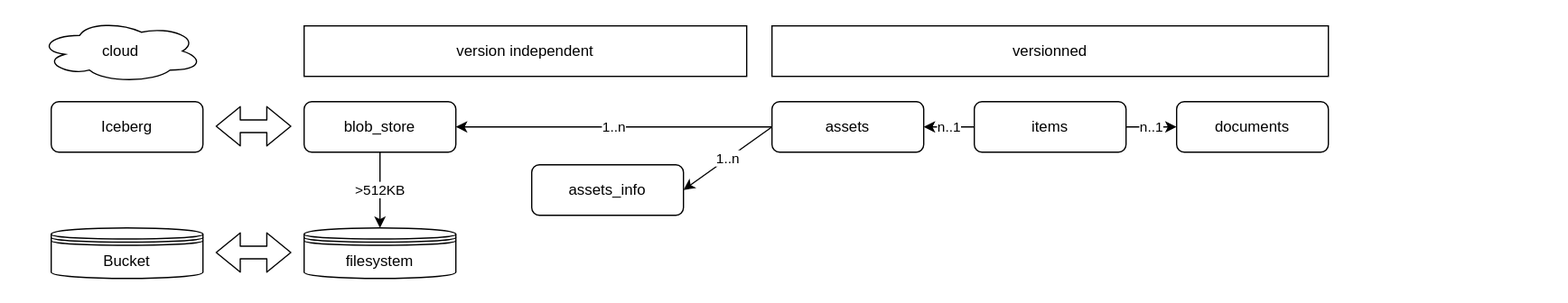
This is docs/design.drawio.svg from MicroWebStacks/content-structure, a draw.io export, as it was before one commit. Source tidied: cells renumbered, new cells last; positions are measured from the earlier drawing's top-left corner, leaving out a move shared by most shapes.
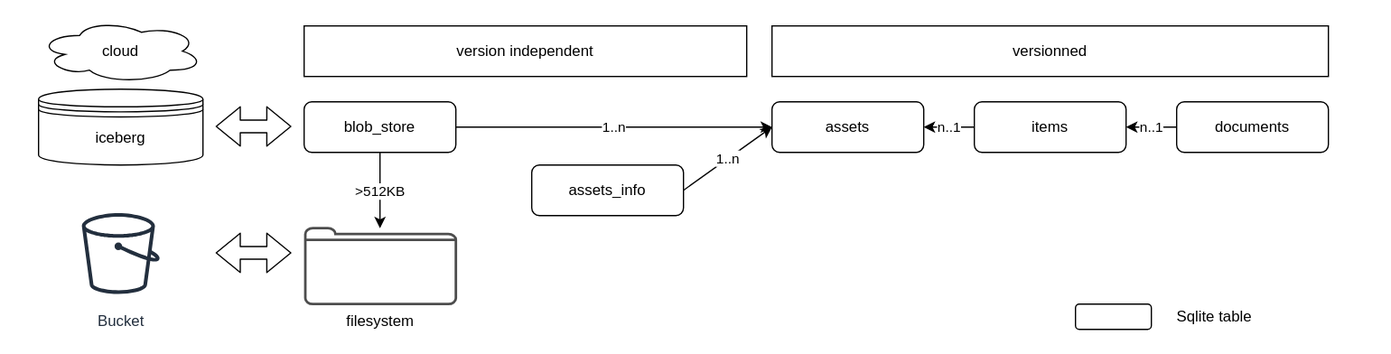
Later version of the same file.

Commit message:
corrected tables diagram

The edit, as a diff of the source:
```diff
@@ -3,9 +3,9 @@
     <mxCell id="0" />
     <mxCell id="1" parent="0" />
     <mxCell id="2" style="rounded=0;whiteSpace=wrap;html=1;strokeColor=none;" parent="1" vertex="1">
-      <mxGeometry width="1240" height="240" as="geometry" />
+      <mxGeometry width="1100" height="280" as="geometry" />
     </mxCell>
-    <mxCell id="3" value="1..n" style="edgeStyle=none;html=1;exitX=0;exitY=0.5;exitDx=0;exitDy=0;entryX=1;entryY=0.5;entryDx=0;entryDy=0;" parent="1" edge="1" source="19" target="7">
+    <mxCell id="3" value="1..n" style="edgeStyle=none;html=1;exitX=0;exitY=0.5;exitDx=0;exitDy=0;entryX=1;entryY=0.5;entryDx=0;entryDy=0;startArrow=classic;startFill=1;endArrow=none;endFill=0;" parent="1" edge="1" source="19" target="7">
       <mxGeometry relative="1" as="geometry" />
     </mxCell>
     <mxCell id="4" value="assets_info" style="rounded=1;whiteSpace=wrap;html=1;" parent="1" vertex="1">
@@ -14,24 +14,17 @@
     <mxCell id="5" value="version independent" style="rounded=0;whiteSpace=wrap;html=1;" parent="1" vertex="1">
       <mxGeometry x="240" y="20" width="350" height="40" as="geometry" />
     </mxCell>
-    <mxCell id="6" value="&amp;gt;512KB" style="edgeStyle=none;html=1;exitX=0.5;exitY=1;exitDx=0;exitDy=0;entryX=0.5;entryY=0;entryDx=0;entryDy=0;" parent="1" edge="1" source="7" target="8">
-      <mxGeometry relative="1" as="geometry" />
+    <mxCell id="6" value="&amp;gt;512KB" style="edgeStyle=none;html=1;exitX=0.5;exitY=1;exitDx=0;exitDy=0;entryX=0.5;entryY=0;entryDx=0;entryDy=0;" parent="1" edge="1" source="7">
+      <mxGeometry relative="1" as="geometry">
+        <mxPoint x="300" y="180" as="targetPoint" />
+      </mxGeometry>
     </mxCell>
     <mxCell id="7" value="blob_store" style="rounded=1;whiteSpace=wrap;html=1;" parent="1" vertex="1">
       <mxGeometry x="240" y="80" width="120" height="40" as="geometry" />
     </mxCell>
-    <mxCell id="8" value="filesystem" style="shape=datastore;whiteSpace=wrap;html=1;" parent="1" vertex="1">
-      <mxGeometry x="240" y="180" width="120" height="40" as="geometry" />
-    </mxCell>
     <mxCell id="9" value="cloud" style="ellipse;shape=cloud;whiteSpace=wrap;html=1;" parent="1" vertex="1">
       <mxGeometry x="30" y="15" width="130" height="50" as="geometry" />
     </mxCell>
-    <mxCell id="10" value="Bucket" style="shape=datastore;whiteSpace=wrap;html=1;" parent="1" vertex="1">
-      <mxGeometry x="40" y="180" width="120" height="40" as="geometry" />
-    </mxCell>
-    <mxCell id="11" value="Iceberg" style="rounded=1;whiteSpace=wrap;html=1;" parent="1" vertex="1">
-      <mxGeometry x="40" y="80" width="120" height="40" as="geometry" />
-    </mxCell>
     <mxCell id="12" style="shape=flexArrow;endArrow=classic;startArrow=classic;html=1;" parent="1" edge="1">
       <mxGeometry relative="1" as="geometry">
         <mxPoint x="170" y="99.5" as="sourcePoint" />
@@ -50,13 +43,13 @@
     <mxCell id="15" value="n..1" style="edgeStyle=none;html=1;exitX=0;exitY=0.5;exitDx=0;exitDy=0;entryX=1;entryY=0.5;entryDx=0;entryDy=0;" parent="1" edge="1" source="17" target="19">
       <mxGeometry relative="1" as="geometry" />
     </mxCell>
-    <mxCell id="16" value="n..1" style="edgeStyle=none;html=1;exitX=1;exitY=0.5;exitDx=0;exitDy=0;entryX=0;entryY=0.5;entryDx=0;entryDy=0;" parent="1" edge="1" source="17" target="14">
+    <mxCell id="16" value="n..1" style="edgeStyle=none;html=1;exitX=1;exitY=0.5;exitDx=0;exitDy=0;entryX=0;entryY=0.5;entryDx=0;entryDy=0;startArrow=classic;startFill=1;endArrow=none;endFill=0;" parent="1" edge="1" source="17" target="14">
       <mxGeometry relative="1" as="geometry" />
     </mxCell>
     <mxCell id="17" value="items" style="rounded=1;whiteSpace=wrap;html=1;" parent="1" vertex="1">
       <mxGeometry x="770" y="80" width="120" height="40" as="geometry" />
     </mxCell>
-    <mxCell id="18" value="1..n" style="edgeStyle=none;html=1;exitX=0;exitY=0.5;exitDx=0;exitDy=0;entryX=1;entryY=0.5;entryDx=0;entryDy=0;" parent="1" edge="1" source="19" target="4">
+    <mxCell id="18" value="1..n" style="edgeStyle=none;html=1;exitX=0;exitY=0.5;exitDx=0;exitDy=0;entryX=1;entryY=0.5;entryDx=0;entryDy=0;startArrow=classic;startFill=1;endArrow=none;endFill=0;" parent="1" edge="1" source="19" target="4">
       <mxGeometry relative="1" as="geometry" />
     </mxCell>
     <mxCell id="19" value="assets" style="rounded=1;whiteSpace=wrap;html=1;" parent="1" vertex="1">
@@ -65,5 +58,20 @@
     <mxCell id="20" value="versionned" style="rounded=0;whiteSpace=wrap;html=1;" parent="1" vertex="1">
       <mxGeometry x="610" y="20" width="440" height="40" as="geometry" />
     </mxCell>
+    <mxCell id="8" value="filesystem" style="html=1;verticalLabelPosition=bottom;align=center;labelBackgroundColor=#ffffff;verticalAlign=top;strokeWidth=2;strokeColor=#4D4D4D;shadow=0;dashed=0;shape=mxgraph.ios7.icons.folder;" parent="1" vertex="1">
+      <mxGeometry x="240.9" y="180" width="119" height="60" as="geometry" />
+    </mxCell>
+    <mxCell id="10" value="Bucket" style="sketch=0;fontColor=#232F3E;gradientColor=none;strokeColor=#232F3E;fillColor=#ffffff;dashed=0;verticalLabelPosition=bottom;verticalAlign=top;align=center;html=1;fontSize=12;fontStyle=0;shape=mxgraph.aws4.resourceIcon;resIcon=mxgraph.aws4.bucket;" parent="1" vertex="1">
+      <mxGeometry x="55" y="160" width="80" height="80" as="geometry" />
+    </mxCell>
+    <mxCell id="21" value="iceberg" style="shape=datastore;whiteSpace=wrap;html=1;" parent="1" vertex="1">
+      <mxGeometry x="30" y="70" width="130" height="60" as="geometry" />
+    </mxCell>
+    <mxCell id="22" style="rounded=1;whiteSpace=wrap;html=1;" parent="1" vertex="1">
+      <mxGeometry x="850" y="240" width="60" height="20" as="geometry" />
+    </mxCell>
+    <mxCell id="23" value="Sqlite table" style="text;html=1;align=center;verticalAlign=middle;whiteSpace=wrap;rounded=0;" parent="1" vertex="1">
+      <mxGeometry x="920" y="235" width="80" height="30" as="geometry" />
+    </mxCell>
   </root>
 </mxGraphModel>
```
